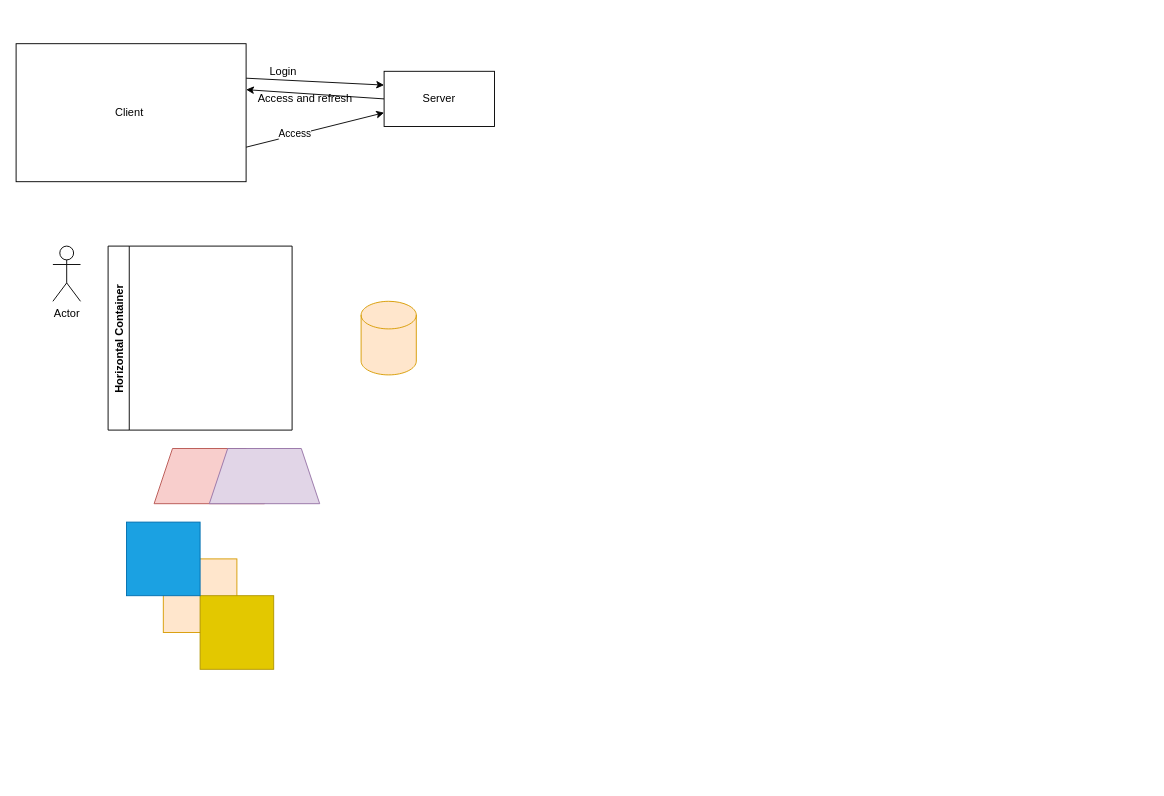
Earlier version of the draw.io diagram mine/01.drawio (Holajuwon/diagrams). Source tidied: cells renumbered, new cells numbered last; positions are measured from the earlier drawing's top-left corner, leaving out a move shared by most shapes. Both pictures are drawn from the tidied source at 92%, with x=0, y=0 at pixel (16, 43).
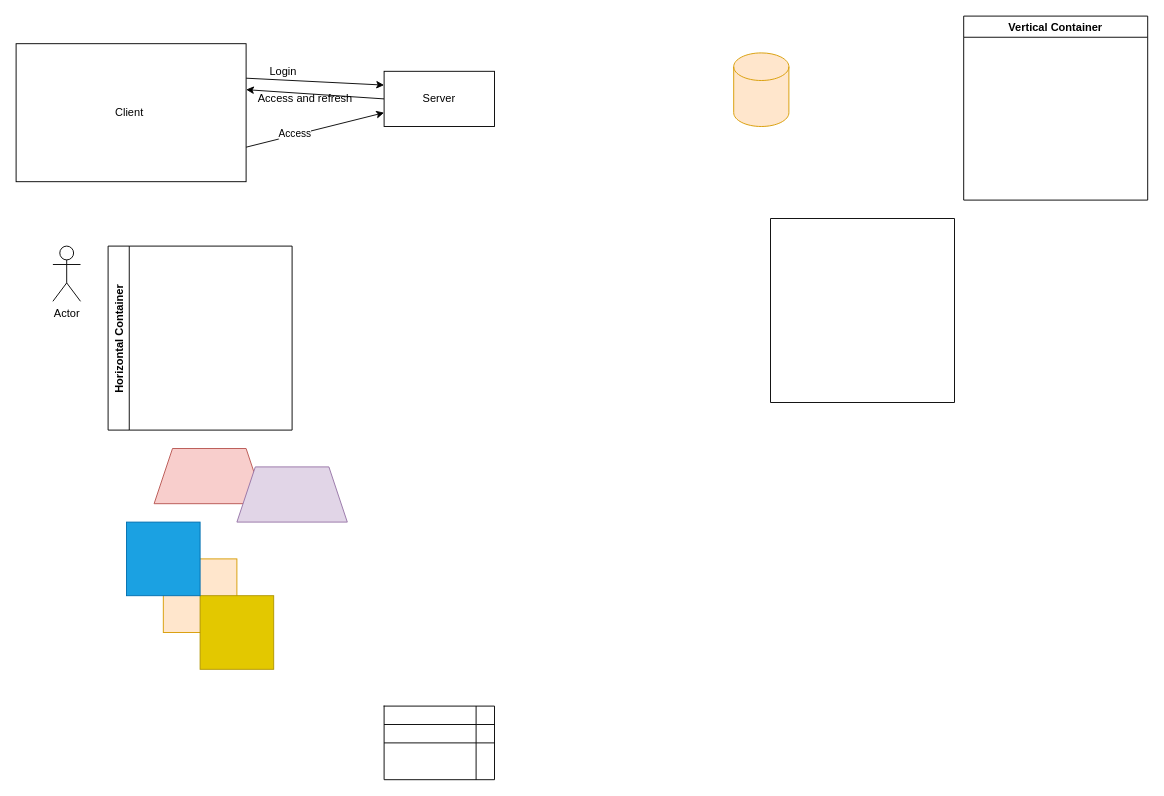
Above is the later version.

Diff of the diagram source:
```diff
@@
     <mxCell id="7" style="shape=trapezoid;perimeter=trapezoidPerimeter;whiteSpace=wrap;html=1;fixedSize=1;fillColor=#e1d5e7;strokeColor=#9673a6;" parent="1" vertex="1">
-      <mxGeometry x="210" y="440" width="120" height="60" as="geometry" />
+      <mxGeometry x="240" y="460" width="120" height="60" as="geometry" />
     </mxCell>
@@
     <mxCell id="18" style="shape=cylinder3;whiteSpace=wrap;html=1;boundedLbl=1;backgroundOutline=1;size=15;fillColor=#ffe6cc;strokeColor=#d79b00;" parent="1" vertex="1">
-      <mxGeometry x="375" y="280" width="60" height="80" as="geometry" />
+      <mxGeometry x="780" y="10" width="60" height="80" as="geometry" />
     </mxCell>
+    <mxCell id="19" style="shape=table;startSize=0;childLayout=tableLayout;" parent="1" vertex="1">
+      <mxGeometry x="400" y="720" width="120" height="80" as="geometry" />
+    </mxCell>
+    <mxCell id="20" style="shape=partialRectangle;fillColor=none;top=0;left=0;bottom=0;right=0;" parent="19" vertex="1">
+      <mxGeometry width="120" height="20" as="geometry" />
+    </mxCell>
+    <mxCell id="21" style="shape=partialRectangle;html=1;whiteSpace=wrap;overflow=hidden;fillColor=none;top=0;left=0;bottom=0;right=0;" parent="20" vertex="1">
+      <mxGeometry width="100" height="20" as="geometry" />
+    </mxCell>
+    <mxCell id="22" style="shape=partialRectangle;html=1;whiteSpace=wrap;overflow=hidden;fillColor=none;top=0;left=0;bottom=0;right=0;" parent="20" vertex="1">
+      <mxGeometry x="100" width="20" height="20" as="geometry" />
+    </mxCell>
+    <mxCell id="23" style="shape=partialRectangle;fillColor=none;top=0;left=0;bottom=0;right=0;" parent="19" vertex="1">
+      <mxGeometry y="20" width="120" height="20" as="geometry" />
+    </mxCell>
+    <mxCell id="24" style="shape=partialRectangle;html=1;whiteSpace=wrap;overflow=hidden;fillColor=none;top=0;left=0;bottom=0;right=0;" parent="23" vertex="1">
+      <mxGeometry width="100" height="20" as="geometry" />
+    </mxCell>
+    <mxCell id="25" style="shape=partialRectangle;html=1;whiteSpace=wrap;overflow=hidden;fillColor=none;top=0;left=0;bottom=0;right=0;" parent="23" vertex="1">
+      <mxGeometry x="100" width="20" height="20" as="geometry" />
+    </mxCell>
+    <mxCell id="26" style="shape=partialRectangle;fillColor=none;top=0;left=0;bottom=0;right=0;" parent="19" vertex="1">
+      <mxGeometry y="40" width="120" height="40" as="geometry" />
+    </mxCell>
+    <mxCell id="27" style="shape=partialRectangle;html=1;whiteSpace=wrap;overflow=hidden;fillColor=none;top=0;left=0;bottom=0;right=0;" parent="26" vertex="1">
+      <mxGeometry width="100" height="40" as="geometry" />
+    </mxCell>
+    <mxCell id="28" style="shape=partialRectangle;html=1;whiteSpace=wrap;overflow=hidden;fillColor=none;top=0;left=0;bottom=0;right=0;" parent="26" vertex="1">
+      <mxGeometry x="100" width="20" height="40" as="geometry" />
+    </mxCell>
+    <mxCell id="29" style="swimlane;startSize=0;" parent="1" vertex="1">
+      <mxGeometry x="820" y="190" width="200" height="200" as="geometry" />
+    </mxCell>
+    <mxCell id="30" value="Vertical Container" style="swimlane;" parent="1" vertex="1">
+      <mxGeometry x="1030" y="-30" width="200" height="200" as="geometry" />
+    </mxCell>
```
